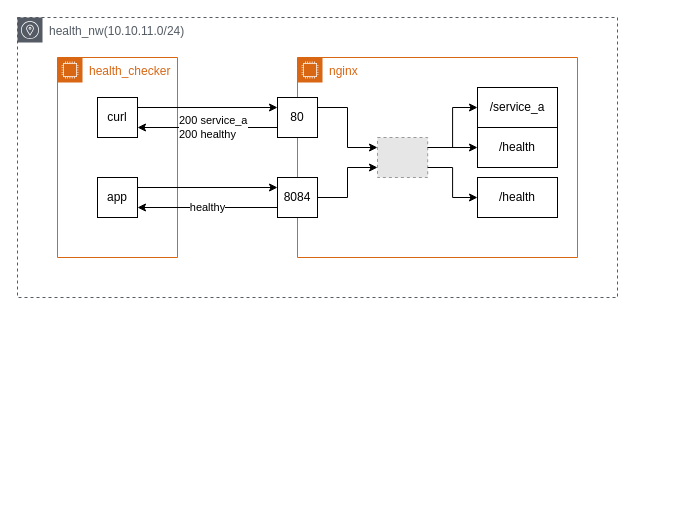
This is page "nw" (1 of 3) of nw.drawio from Riliumph/health_check, a draw.io file, before an edit. Source tidied: cells renumbered, new cells numbered last; positions are measured from the earlier drawing's top-left corner, leaving out a move shared by most shapes. Both pictures are drawn from the tidied source at 100%, with x=0, y=0 at pixel (17, 17). Pictures stored in the file or linked from it are replaced by grey dashed boxes.
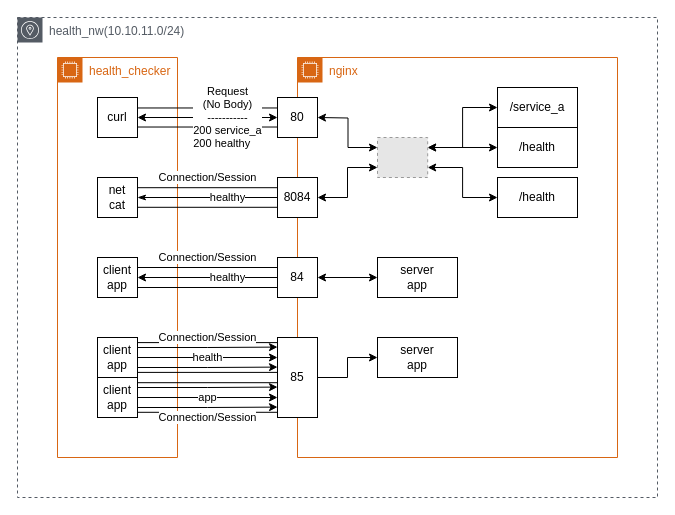
The same page after the edit.

Unchanged cells that the change refers to:
```xml
<mxCell id="6" style="fillColor=#E6E6E6;strokeColor=#999999;dashed=1;verticalLabelPosition=bottom;labelBackgroundColor=default;verticalAlign=top;" parent="5" vertex="1">
  <mxGeometry x="80" y="80" width="50.2" height="40" as="geometry" />
</mxCell>
<mxCell id="7" value="80" style="rounded=0;whiteSpace=wrap;html=1;" parent="5" vertex="1">
  <mxGeometry x="-20" y="40" width="40" height="40" as="geometry" />
</mxCell>
<mxCell id="11" value="8084" style="rounded=0;whiteSpace=wrap;html=1;" parent="5" vertex="1">
  <mxGeometry x="-20" y="120" width="40" height="40" as="geometry" />
</mxCell>
<mxCell id="19" value="curl" style="rounded=0;whiteSpace=wrap;html=1;" parent="4" vertex="1">
  <mxGeometry x="80" y="80" width="40" height="40" as="geometry" />
</mxCell>
```

Change to the diagram source:
```diff
@@
+    <mxCell id="4" parent="0" />
-    <mxCell id="3" value="&lt;div&gt;&lt;span style=&quot;background-color: initial;&quot;&gt;health_nw(&lt;/span&gt;&lt;span style=&quot;background-color: transparent;&quot;&gt;10.10.11.0/24)&lt;/span&gt;&lt;br&gt;&lt;/div&gt;" style="sketch=0;gradientColor=none;html=1;whiteSpace=wrap;fontSize=12;fontStyle=0;shape=mxgraph.aws4.group;grIcon=mxgraph.aws4.group_availability_zone;strokeColor=#545B64;fillColor=none;verticalAlign=top;align=left;spacingLeft=30;fontColor=#545B64;dashed=1;" parent="2" vertex="1">
-      <mxGeometry width="600" height="280" as="geometry" />
+    <mxCell id="3" value="&lt;div&gt;&lt;span style=&quot;background-color: initial;&quot;&gt;health_nw(&lt;/span&gt;&lt;span style=&quot;background-color: transparent;&quot;&gt;10.10.11.0/24)&lt;/span&gt;&lt;br&gt;&lt;/div&gt;" style="sketch=0;gradientColor=none;html=1;whiteSpace=wrap;fontSize=12;fontStyle=0;shape=mxgraph.aws4.group;grIcon=mxgraph.aws4.group_availability_zone;strokeColor=#545B64;fillColor=none;verticalAlign=top;align=left;spacingLeft=30;fontColor=#545B64;dashed=1;" parent="4" vertex="1">
+      <mxGeometry width="640" height="480" as="geometry" />
     </mxCell>
-    <mxCell id="4" parent="0" />
     <mxCell id="5" value="nginx" style="gradientColor=none;html=1;whiteSpace=wrap;fontSize=12;fontStyle=0;shape=mxgraph.aws4.group;grIcon=mxgraph.aws4.group_ec2_instance_contents;strokeColor=#D86613;fillColor=none;verticalAlign=top;align=left;spacingLeft=30;fontColor=#D86613;dashed=0;" parent="4" vertex="1">
-      <mxGeometry x="280" y="40" width="280" height="200" as="geometry" />
+      <mxGeometry x="280" y="40" width="320" height="400" as="geometry" />
     </mxCell>
@@
     <mxCell id="8" value="/service_a" style="rounded=0;whiteSpace=wrap;html=1;" parent="5" vertex="1">
-      <mxGeometry x="180" y="30" width="80" height="40" as="geometry" />
+      <mxGeometry x="200" y="30" width="80" height="40" as="geometry" />
     </mxCell>
     <mxCell id="9" value="/health" style="rounded=0;whiteSpace=wrap;html=1;" parent="5" vertex="1">
-      <mxGeometry x="180" y="70" width="80" height="40" as="geometry" />
+      <mxGeometry x="200" y="70" width="80" height="40" as="geometry" />
     </mxCell>
     <mxCell id="10" value="/health" style="rounded=0;whiteSpace=wrap;html=1;" parent="5" vertex="1">
-      <mxGeometry x="180" y="120" width="80" height="40" as="geometry" />
+      <mxGeometry x="200" y="120" width="80" height="40" as="geometry" />
     </mxCell>
@@
-    <mxCell id="12" style="edgeStyle=orthogonalEdgeStyle;rounded=0;jettySize=auto;html=1;exitX=1;exitY=0.25;exitDx=0;exitDy=0;entryX=0;entryY=0.25;entryDx=0;entryDy=0;" parent="5" edge="1" source="7" target="6">
-      <mxGeometry relative="1" as="geometry" />
+    <mxCell id="12" style="edgeStyle=orthogonalEdgeStyle;rounded=0;jettySize=auto;html=1;entryX=0;entryY=0.25;entryDx=0;entryDy=0;startArrow=classic;startFill=1;" parent="5" edge="1" target="6">
+      <mxGeometry relative="1" as="geometry">
+        <mxPoint x="20" y="60" as="sourcePoint" />
+      </mxGeometry>
     </mxCell>
-    <mxCell id="13" style="edgeStyle=orthogonalEdgeStyle;rounded=0;jettySize=auto;html=1;exitX=1;exitY=0.5;exitDx=0;exitDy=0;entryX=0;entryY=0.75;entryDx=0;entryDy=0;" parent="5" edge="1" source="11" target="6">
+    <mxCell id="13" style="edgeStyle=orthogonalEdgeStyle;rounded=0;jettySize=auto;html=1;exitX=1;exitY=0.5;exitDx=0;exitDy=0;entryX=0;entryY=0.75;entryDx=0;entryDy=0;startArrow=classic;startFill=1;" parent="5" edge="1" source="11" target="6">
       <mxGeometry relative="1" as="geometry" />
     </mxCell>
-    <mxCell id="14" style="edgeStyle=orthogonalEdgeStyle;rounded=0;jettySize=auto;html=1;exitX=1;exitY=0.25;exitDx=0;exitDy=0;entryX=0;entryY=0.5;entryDx=0;entryDy=0;" parent="5" edge="1" source="6" target="9">
+    <mxCell id="14" style="edgeStyle=orthogonalEdgeStyle;rounded=0;jettySize=auto;html=1;exitX=1;exitY=0.25;exitDx=0;exitDy=0;entryX=0;entryY=0.5;entryDx=0;entryDy=0;startArrow=classic;startFill=1;" parent="5" edge="1" source="6" target="9">
       <mxGeometry relative="1" as="geometry" />
     </mxCell>
-    <mxCell id="15" style="edgeStyle=orthogonalEdgeStyle;rounded=0;jettySize=auto;html=1;exitX=1;exitY=0.25;exitDx=0;exitDy=0;entryX=0;entryY=0.5;entryDx=0;entryDy=0;" parent="5" edge="1" source="6" target="8">
+    <mxCell id="15" style="edgeStyle=orthogonalEdgeStyle;rounded=0;jettySize=auto;html=1;exitX=1;exitY=0.25;exitDx=0;exitDy=0;entryX=0;entryY=0.5;entryDx=0;entryDy=0;startArrow=classic;startFill=1;" parent="5" edge="1" source="6" target="8">
       <mxGeometry relative="1" as="geometry" />
     </mxCell>
-    <mxCell id="16" style="edgeStyle=orthogonalEdgeStyle;rounded=0;jettySize=auto;html=1;exitX=1;exitY=0.75;exitDx=0;exitDy=0;entryX=0;entryY=0.5;entryDx=0;entryDy=0;" parent="5" edge="1" source="6" target="10">
+    <mxCell id="16" style="edgeStyle=orthogonalEdgeStyle;rounded=0;jettySize=auto;html=1;exitX=1;exitY=0.75;exitDx=0;exitDy=0;entryX=0;entryY=0.5;entryDx=0;entryDy=0;startArrow=classic;startFill=1;" parent="5" edge="1" source="6" target="10">
       <mxGeometry relative="1" as="geometry" />
     </mxCell>
     <mxCell id="17" value="health_checker" style="gradientColor=none;html=1;whiteSpace=wrap;fontSize=12;fontStyle=0;shape=mxgraph.aws4.group;grIcon=mxgraph.aws4.group_ec2_instance_contents;strokeColor=#D86613;fillColor=none;verticalAlign=top;align=left;spacingLeft=30;fontColor=#D86613;dashed=0;" parent="4" vertex="1">
-      <mxGeometry x="40" y="40" width="120" height="200" as="geometry" />
+      <mxGeometry x="40" y="40" width="120" height="400" as="geometry" />
     </mxCell>
+    <mxCell id="25" value="&lt;div&gt;&lt;span style=&quot;background-color: transparent; color: light-dark(rgb(0, 0, 0), rgb(255, 255, 255));&quot;&gt;client&lt;/span&gt;&lt;/div&gt;app" style="rounded=0;whiteSpace=wrap;html=1;points=[[0,0,0,0,0],[0,0.25,0,0,0],[0,0.5,0,0,0],[0,0.75,0,0,0],[0,1,0,0,0],[0.25,0,0,0,0],[0.25,1,0,0,0],[0.5,0,0,0,0],[0.5,1,0,0,0],[0.75,0,0,0,0],[0.75,1,0,0,0],[1,0,0,0,0],[1,0.25,0,0,0],[1,0.5,0,0,0],[1,0.75,0,0,0],[1,1,0,0,0]];" parent="17" vertex="1">
+      <mxGeometry x="40" y="280" width="40" height="40" as="geometry" />
+    </mxCell>
+    <mxCell id="26" value="Connection/Session" style="edgeStyle=orthogonalEdgeStyle;rounded=0;jettySize=auto;html=1;exitX=1;exitY=0.5;exitDx=0;exitDy=0;entryX=0;entryY=0.5;entryDx=0;entryDy=0;shape=link;width=19.615384615384613;" parent="4" edge="1" source="18" target="11">
+      <mxGeometry y="20" relative="1" as="geometry" />
+    </mxCell>
-    <mxCell id="18" value="app" style="rounded=0;whiteSpace=wrap;html=1;" parent="4" vertex="1">
+    <mxCell id="18" value="net&lt;div&gt;cat&lt;/div&gt;" style="rounded=0;whiteSpace=wrap;html=1;" parent="4" vertex="1">
       <mxGeometry x="80" y="160" width="40" height="40" as="geometry" />
     </mxCell>
+    <mxCell id="27" style="edgeStyle=orthogonalEdgeStyle;rounded=0;jettySize=auto;html=1;exitX=1;exitY=0.5;exitDx=0;exitDy=0;entryX=0;entryY=0.5;entryDx=0;entryDy=0;shape=link;width=19.038461538461537;" parent="4" edge="1" source="19" target="7">
+      <mxGeometry relative="1" as="geometry" />
+    </mxCell>
@@
+    <mxCell id="28" value="Connection/Session" style="edgeStyle=orthogonalEdgeStyle;rounded=0;jettySize=auto;html=1;exitX=1;exitY=0.5;exitDx=0;exitDy=0;entryX=0;entryY=0.5;entryDx=0;entryDy=0;shape=link;width=20;" parent="4" edge="1" source="29" target="31">
+      <mxGeometry y="20" relative="1" as="geometry" />
+    </mxCell>
+    <mxCell id="29" value="&lt;div&gt;client&lt;/div&gt;app" style="rounded=0;whiteSpace=wrap;html=1;" parent="4" vertex="1">
+      <mxGeometry x="80" y="240" width="40" height="40" as="geometry" />
+    </mxCell>
+    <mxCell id="30" style="edgeStyle=orthogonalEdgeStyle;rounded=0;jettySize=auto;html=1;exitX=1;exitY=0.5;exitDx=0;exitDy=0;entryX=0;entryY=0.5;entryDx=0;entryDy=0;startArrow=classic;startFill=1;" parent="4" edge="1" source="31" target="32">
+      <mxGeometry relative="1" as="geometry" />
+    </mxCell>
+    <mxCell id="31" value="84" style="rounded=0;whiteSpace=wrap;html=1;" parent="4" vertex="1">
+      <mxGeometry x="260" y="240" width="40" height="40" as="geometry" />
+    </mxCell>
+    <mxCell id="32" value="server&lt;div&gt;app&lt;/div&gt;" style="rounded=0;whiteSpace=wrap;html=1;" parent="4" vertex="1">
+      <mxGeometry x="360" y="240" width="80" height="40" as="geometry" />
+    </mxCell>
+    <mxCell id="33" value="server&lt;div&gt;app&lt;/div&gt;" style="rounded=0;whiteSpace=wrap;html=1;" parent="4" vertex="1">
+      <mxGeometry x="360" y="320" width="80" height="40" as="geometry" />
+    </mxCell>
+    <mxCell id="34" style="edgeStyle=orthogonalEdgeStyle;rounded=0;jettySize=auto;html=1;exitX=1;exitY=0.5;exitDx=0;exitDy=0;entryX=0;entryY=0.5;entryDx=0;entryDy=0;" parent="4" edge="1" source="35" target="33">
+      <mxGeometry relative="1" as="geometry" />
+    </mxCell>
+    <mxCell id="35" value="85" style="rounded=0;whiteSpace=wrap;html=1;points=[[0,0,0,0,0],[0,0.12,0,0,0],[0,0.25,0,0,0],[0,0.37,0,0,0],[0,0.62,0,0,0],[0,0.75,0,0,0],[0,0.87,0,0,0],[0,1,0,0,0],[0.25,0,0,0,0],[0.25,1,0,0,0],[0.5,0,0,0,0],[0.5,1,0,0,0],[0.75,0,0,0,0],[0.75,1,0,0,0],[1,0,0,0,0],[1,0.25,0,0,0],[1,0.5,0,0,0],[1,0.75,0,0,0],[1,1,0,0,0]];" parent="4" vertex="1">
+      <mxGeometry x="260" y="320" width="40" height="80" as="geometry" />
+    </mxCell>
+    <mxCell id="22" value="&lt;div&gt;&lt;div&gt;healthy&lt;/div&gt;&lt;/div&gt;" style="edgeStyle=orthogonalEdgeStyle;rounded=0;jettySize=auto;html=1;exitX=1;exitY=0.5;exitDx=0;exitDy=0;entryX=0;entryY=0.5;entryDx=0;entryDy=0;startArrow=classic;startFill=1;endArrow=none;" parent="4" edge="1" source="29" target="31">
+      <mxGeometry x="0.29" relative="1" as="geometry" />
+    </mxCell>
+    <mxCell id="36" value="&lt;div&gt;client&lt;/div&gt;app" style="rounded=0;whiteSpace=wrap;html=1;points=[[0,0,0,0,0],[0,0.25,0,0,0],[0,0.5,0,0,0],[0,0.75,0,0,0],[0,1,0,0,0],[0.25,0,0,0,0],[0.25,1,0,0,0],[0.5,0,0,0,0],[0.5,1,0,0,0],[0.75,0,0,0,0],[0.75,1,0,0,0],[1,0,0,0,0],[1,0.25,0,0,0],[1,0.5,0,0,0],[1,0.75,0,0,0],[1,1,0,0,0]];" parent="4" vertex="1">
+      <mxGeometry x="80" y="360" width="40" height="40" as="geometry" />
+    </mxCell>
+    <mxCell id="37" value="Connection/Session" style="edgeStyle=orthogonalEdgeStyle;rounded=0;jettySize=auto;html=1;exitX=1;exitY=0.5;exitDx=0;exitDy=0;exitPerimeter=0;entryX=0;entryY=0.25;entryDx=0;entryDy=0;entryPerimeter=0;shape=link;width=29.807692307692307;" parent="4" edge="1" source="25" target="35">
+      <mxGeometry y="20" relative="1" as="geometry" />
+    </mxCell>
+    <mxCell id="38" value="Connection/Session" style="edgeStyle=orthogonalEdgeStyle;rounded=0;jettySize=auto;html=1;exitX=1;exitY=0.5;exitDx=0;exitDy=0;exitPerimeter=0;entryX=0;entryY=0.75;entryDx=0;entryDy=0;entryPerimeter=0;shape=link;width=29.629629629629626;" parent="4" edge="1" source="36" target="35">
+      <mxGeometry y="-20" relative="1" as="geometry" />
+    </mxCell>
+    <mxCell id="39" style="edgeStyle=orthogonalEdgeStyle;rounded=0;jettySize=auto;html=1;exitX=1;exitY=0.25;exitDx=0;exitDy=0;exitPerimeter=0;entryX=0;entryY=0.12;entryDx=0;entryDy=0;entryPerimeter=0;" parent="4" edge="1" source="25" target="35">
+      <mxGeometry relative="1" as="geometry" />
+    </mxCell>
+    <mxCell id="40" value="health" style="edgeStyle=orthogonalEdgeStyle;rounded=0;jettySize=auto;html=1;exitX=1;exitY=0.5;exitDx=0;exitDy=0;exitPerimeter=0;entryX=0;entryY=0.25;entryDx=0;entryDy=0;entryPerimeter=0;" parent="4" edge="1" source="25" target="35">
+      <mxGeometry relative="1" as="geometry" />
+    </mxCell>
+    <mxCell id="41" style="edgeStyle=orthogonalEdgeStyle;rounded=0;jettySize=auto;html=1;exitX=1;exitY=0.75;exitDx=0;exitDy=0;exitPerimeter=0;entryX=0;entryY=0.37;entryDx=0;entryDy=0;entryPerimeter=0;" parent="4" edge="1" source="25" target="35">
+      <mxGeometry relative="1" as="geometry" />
+    </mxCell>
+    <mxCell id="42" style="edgeStyle=orthogonalEdgeStyle;rounded=0;jettySize=auto;html=1;exitX=1;exitY=0.25;exitDx=0;exitDy=0;exitPerimeter=0;entryX=0;entryY=0.62;entryDx=0;entryDy=0;entryPerimeter=0;" parent="4" edge="1" source="36" target="35">
+      <mxGeometry relative="1" as="geometry" />
+    </mxCell>
+    <mxCell id="43" value="app" style="edgeStyle=orthogonalEdgeStyle;rounded=0;jettySize=auto;html=1;exitX=1;exitY=0.5;exitDx=0;exitDy=0;exitPerimeter=0;entryX=0;entryY=0.75;entryDx=0;entryDy=0;entryPerimeter=0;" parent="4" edge="1" source="36" target="35">
+      <mxGeometry relative="1" as="geometry" />
+    </mxCell>
+    <mxCell id="44" style="edgeStyle=orthogonalEdgeStyle;rounded=0;jettySize=auto;html=1;exitX=1;exitY=0.75;exitDx=0;exitDy=0;exitPerimeter=0;entryX=0;entryY=0.87;entryDx=0;entryDy=0;entryPerimeter=0;" parent="4" edge="1" source="36" target="35">
+      <mxGeometry relative="1" as="geometry" />
+    </mxCell>
@@
-    <mxCell id="21" style="edgeStyle=orthogonalEdgeStyle;rounded=0;jettySize=auto;html=1;exitX=1;exitY=0.25;exitDx=0;exitDy=0;entryX=0;entryY=0.25;entryDx=0;entryDy=0;" parent="20" edge="1" source="18" target="11">
-      <mxGeometry relative="1" as="geometry" />
+    <mxCell id="21" value="&lt;div&gt;healthy&lt;/div&gt;" style="edgeStyle=orthogonalEdgeStyle;rounded=0;jettySize=auto;html=1;exitX=1;exitY=0.5;exitDx=0;exitDy=0;entryX=0;entryY=0.5;entryDx=0;entryDy=0;startArrow=classicThin;startFill=1;endArrow=none;" parent="20" edge="1" source="18" target="11">
+      <mxGeometry x="0.29" relative="1" as="geometry" />
     </mxCell>
-    <mxCell id="22" value="healthy" style="edgeStyle=orthogonalEdgeStyle;rounded=0;jettySize=auto;html=1;exitX=0;exitY=0.75;exitDx=0;exitDy=0;entryX=1;entryY=0.75;entryDx=0;entryDy=0;" parent="20" edge="1" source="11" target="18">
-      <mxGeometry relative="1" as="geometry" />
-    </mxCell>
-    <mxCell id="23" value="200 service_a&lt;div&gt;200 healthy&lt;/div&gt;" style="edgeStyle=orthogonalEdgeStyle;rounded=0;jettySize=auto;html=1;exitX=0;exitY=0.75;exitDx=0;exitDy=0;entryX=1;entryY=0.75;entryDx=0;entryDy=0;align=left;" parent="20" edge="1" source="7" target="19">
-      <mxGeometry x="0.43" relative="1" as="geometry" />
-    </mxCell>
-    <mxCell id="24" style="edgeStyle=orthogonalEdgeStyle;rounded=0;jettySize=auto;html=1;exitX=1;exitY=0.25;exitDx=0;exitDy=0;entryX=0;entryY=0.25;entryDx=0;entryDy=0;" parent="20" edge="1" source="19" target="7">
-      <mxGeometry relative="1" as="geometry" />
+    <mxCell id="24" value="Request&lt;div&gt;(No Body)&lt;br&gt;&lt;div&gt;-----------&lt;/div&gt;&lt;div&gt;&lt;span style=&quot;text-align: left;&quot;&gt;200 service_a&lt;/span&gt;&lt;div style=&quot;text-align: left;&quot;&gt;200 healthy&lt;/div&gt;&lt;/div&gt;&lt;/div&gt;" style="edgeStyle=orthogonalEdgeStyle;rounded=0;jettySize=auto;html=1;exitX=1;exitY=0.5;exitDx=0;exitDy=0;entryX=0;entryY=0.5;entryDx=0;entryDy=0;startArrow=classic;startFill=1;" parent="20" edge="1" source="19" target="7">
+      <mxGeometry x="0.29" relative="1" as="geometry" />
     </mxCell>
```
